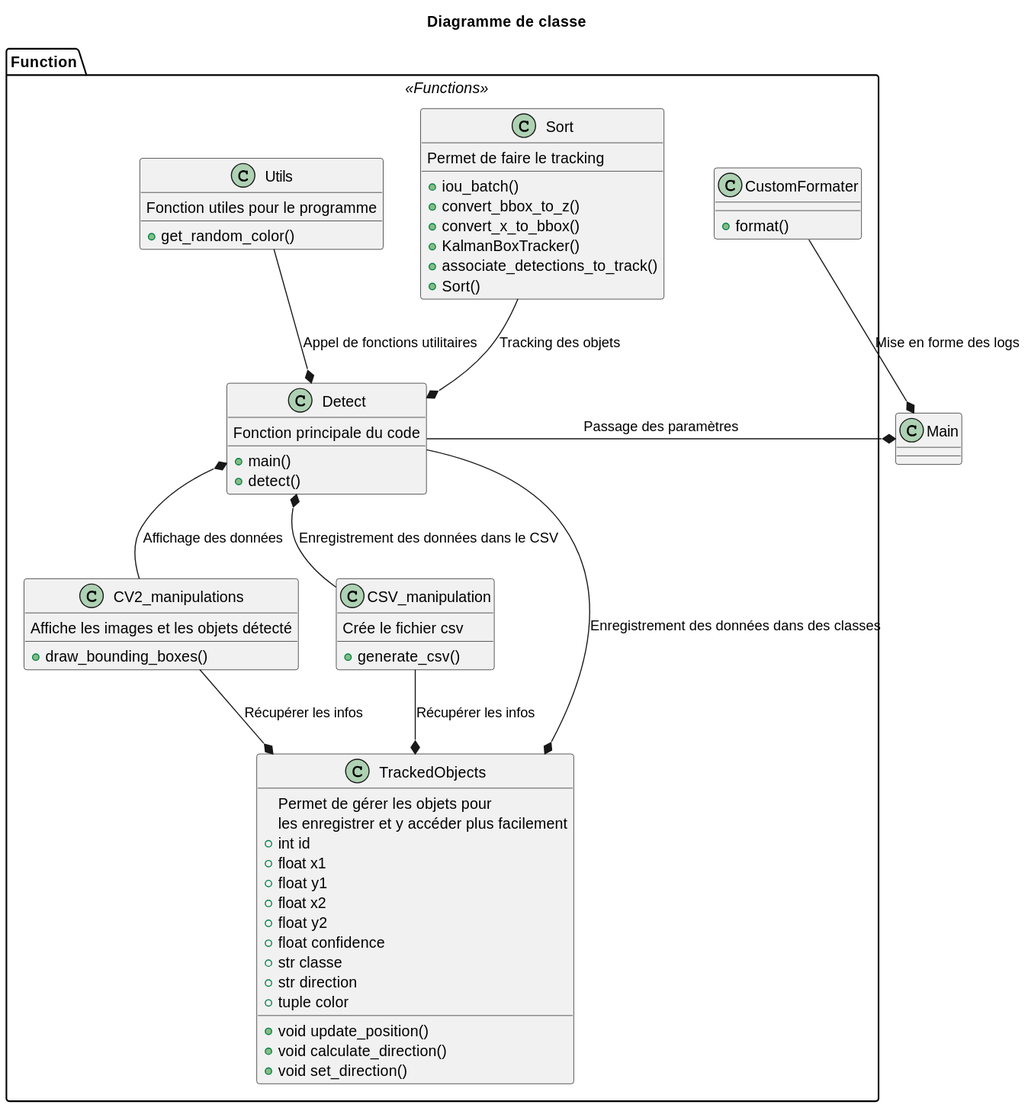
Earlier version of the PlantUML export docs/classDiagram.svg (Drosscend/MiniBox). Its diagram source:
```plantuml
@startuml
title Diagramme de classe

class Main {
}

package Function <<Functions>> {

  class Detect {
    Fonction principale du code
    +main()
    +detect()
  }

  class TrackedObjects {
    Permet de gérer les objets pour
    les enregistrer et y accéder plus facilement
    +int id
    +float x1
    +float y1
    +float x2
    +float y2
    +float confidence
    +str classe
    +str direction
    +tuple color
    +void update_position()
    +void calculate_direction()
    +void set_direction()
  }

  class CSV_manipulation {
    Crée le fichier csv
    +generate_csv()
  }

  class CV2_manipulations {
    Affiche les images et les objets détecté
    +draw_bounding_boxes()
  }

  class Utils {
    Fonction utiles pour le programme
    +get_random_color()
  }

  class CustomFormater {
    +format()
  }

  class Sort {
    Permet de faire le tracking
    +iou_batch()
    +convert_bbox_to_z()
    +convert_x_to_bbox()
    +KalmanBoxTracker()
    +associate_detections_to_track()
    +Sort()
  }

}

Main *-left- Detect: Passage des paramètres
Main *-right- CustomFormater: Mise en forme des logs


Detect *-up- Utils: Appel de fonctions utilitaires
Detect *-up- Sort: Tracking des objets
Detect *-down- CSV_manipulation: Enregistrement des données dans le CSV
Detect *-down- CV2_manipulations: Affichage des données

TrackedObjects *-up- CSV_manipulation: Récupérer les infos
TrackedObjects *-up- CV2_manipulations: Récupérer les infos
TrackedObjects *-up- Detect: Enregistrement des données dans des classes
@enduml
```
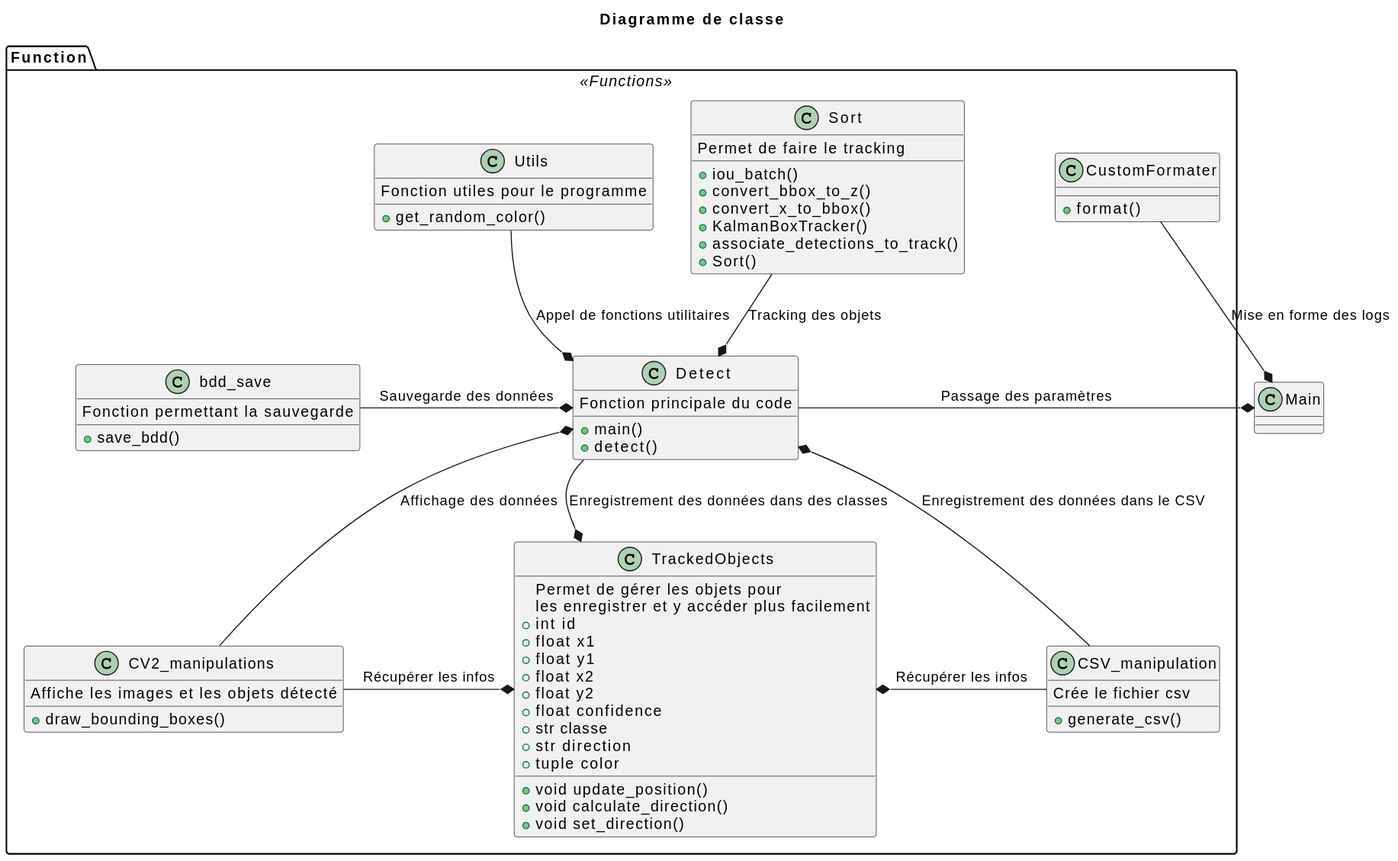
After the commit.

Commit message:
feat(doc) : Mise à jour des diagrammes

The edit, as a diff of the source:
```diff
@@ -44,6 +44,11 @@
     +get_random_color()
   }
 
+  class bdd_save {
+    Fonction permettant la sauvegarde
+    +save_bdd()
+  }
+
   class CustomFormater {
     +format()
   }
@@ -63,13 +68,14 @@
 Main *-left- Detect: Passage des paramètres
 Main *-right- CustomFormater: Mise en forme des logs
 
+TrackedObjects *-up- Detect: Enregistrement des données dans des classes
 
 Detect *-up- Utils: Appel de fonctions utilitaires
 Detect *-up- Sort: Tracking des objets
 Detect *-down- CSV_manipulation: Enregistrement des données dans le CSV
 Detect *-down- CV2_manipulations: Affichage des données
+Detect *-left- bdd_save: Sauvegarde des données
 
-TrackedObjects *-up- CSV_manipulation: Récupérer les infos
-TrackedObjects *-up- CV2_manipulations: Récupérer les infos
-TrackedObjects *-up- Detect: Enregistrement des données dans des classes
+TrackedObjects *-right- CSV_manipulation: Récupérer les infos
+TrackedObjects *-left- CV2_manipulations: Récupérer les infos
 @enduml
```
